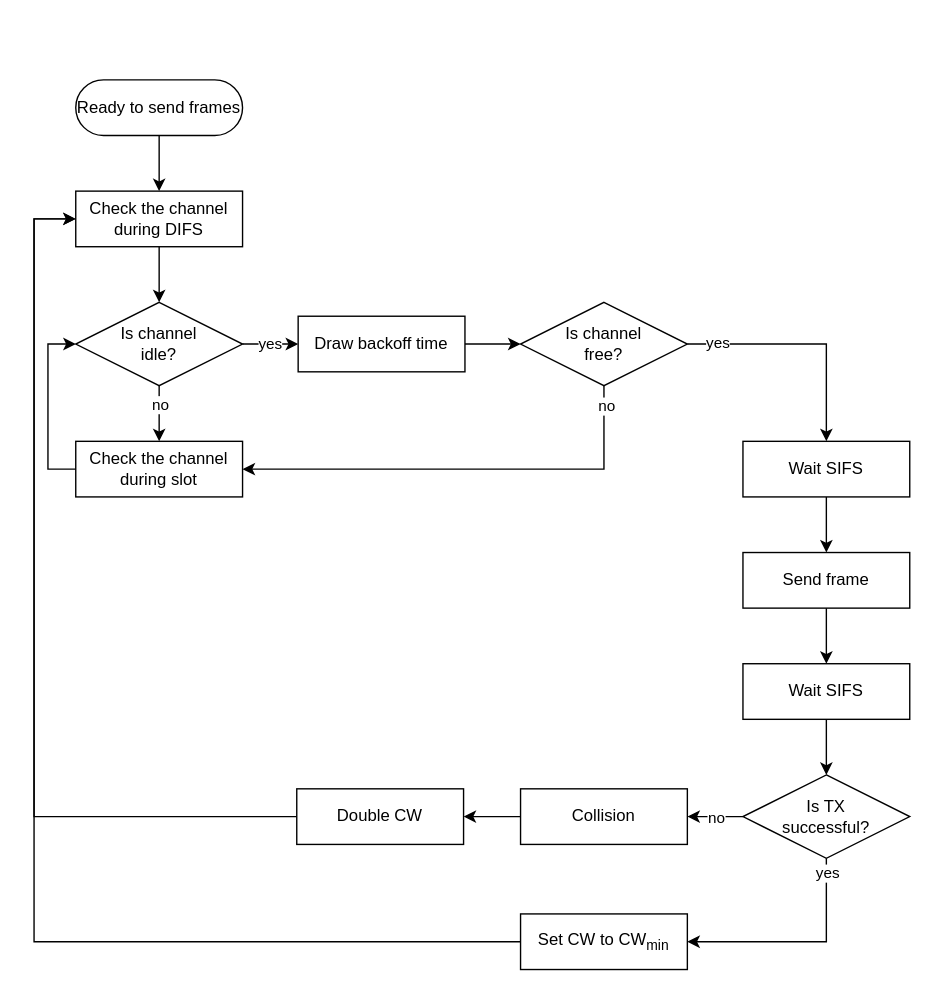
The draw.io diagram docs/diagrams/DCF_simple.drawio in ml4wifi-devs/mapc-dcf, before the edit. Source tidied: cells renumbered, new cells numbered last; positions are measured from the earlier drawing's top-left corner, leaving out a move shared by most shapes. Both pictures are drawn from the tidied source at 139%, with x=0, y=0 at pixel (33, 79).
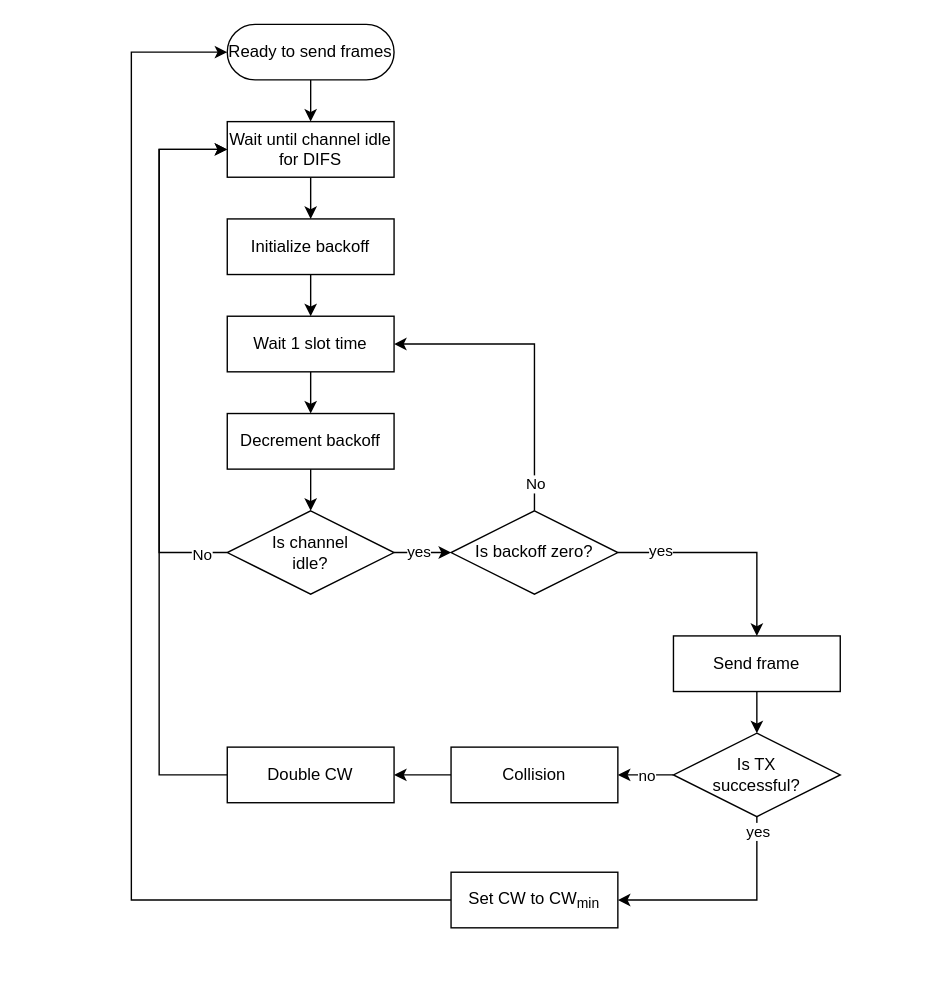
The same diagram, later.

Commit message (it also covers changes not shown here):
Corrected DCF schema

What changed in the source:
```diff
@@
     <mxCell id="3" value="Ready to send frames" style="rounded=1;whiteSpace=wrap;html=1;arcSize=50;" parent="1" vertex="1">
-      <mxGeometry x="30" width="120" height="40" as="geometry" />
+      <mxGeometry x="139" y="-40" width="120" height="40" as="geometry" />
     </mxCell>
-    <mxCell id="4" style="edgeStyle=orthogonalEdgeStyle;rounded=0;jettySize=auto;html=1;exitX=0.5;exitY=1;exitDx=0;exitDy=0;entryX=0.5;entryY=0;entryDx=0;entryDy=0;fillColor=#d5e8d4;strokeColor=#000000;" parent="1" edge="1" source="5" target="9">
-      <mxGeometry relative="1" as="geometry" />
-    </mxCell>
+    <mxCell id="36" style="edgeStyle=orthogonalEdgeStyle;rounded=0;jettySize=auto;html=1;exitX=0.5;exitY=1;exitDx=0;exitDy=0;" parent="1" edge="1" source="5" target="47">
+      <mxGeometry relative="1" as="geometry" />
+    </mxCell>
-    <mxCell id="5" value="Check the channel during DIFS" style="rounded=0;whiteSpace=wrap;html=1;" parent="1" vertex="1">
-      <mxGeometry x="30" y="80" width="120" height="40" as="geometry" />
+    <mxCell id="5" value="Wait until channel idle for DIFS" style="rounded=0;whiteSpace=wrap;html=1;" parent="1" vertex="1">
+      <mxGeometry x="139" y="30" width="120" height="40" as="geometry" />
     </mxCell>
-    <mxCell id="6" style="edgeStyle=orthogonalEdgeStyle;rounded=0;jettySize=auto;html=1;exitX=0.5;exitY=1;exitDx=0;exitDy=0;entryX=0.5;entryY=0;entryDx=0;entryDy=0;fillColor=#d5e8d4;strokeColor=#000000;" parent="1" edge="1" source="9" target="11">
-      <mxGeometry relative="1" as="geometry" />
-    </mxCell>
-    <mxCell id="7" value="no" style="edgeLabel;html=1;align=center;verticalAlign=middle;" parent="6" vertex="1">
-      <mxGeometry x="-0.55" relative="1" as="geometry">
-        <mxPoint y="4" as="offset" />
-      </mxGeometry>
-    </mxCell>
-    <mxCell id="8" value="yes" style="edgeStyle=orthogonalEdgeStyle;rounded=0;jettySize=auto;html=1;exitX=1;exitY=0.5;exitDx=0;exitDy=0;entryX=0;entryY=0.5;entryDx=0;entryDy=0;fillColor=#d5e8d4;strokeColor=#000000;" parent="1" edge="1" source="9" target="13">
-      <mxGeometry relative="1" as="geometry" />
+    <mxCell id="8" value="yes" style="edgeStyle=orthogonalEdgeStyle;rounded=0;jettySize=auto;html=1;exitX=1;exitY=0.5;exitDx=0;exitDy=0;entryX=0;entryY=0.5;entryDx=0;entryDy=0;fillColor=#d5e8d4;strokeColor=#000000;spacingTop=0;spacingLeft=-26;" parent="1" edge="1" source="9" target="16">
+      <mxGeometry x="0.51" relative="1" as="geometry" />
     </mxCell>
+    <mxCell id="37" style="edgeStyle=orthogonalEdgeStyle;rounded=0;jettySize=auto;html=1;exitX=0;exitY=0.5;exitDx=0;exitDy=0;entryX=0;entryY=0.5;entryDx=0;entryDy=0;" parent="1" edge="1" source="9" target="5">
+      <mxGeometry relative="1" as="geometry">
+        <Array as="points">
+          <mxPoint x="90" y="340" />
+          <mxPoint x="90" y="50" />
+        </Array>
+      </mxGeometry>
+    </mxCell>
+    <mxCell id="38" value="No" style="edgeLabel;html=1;align=center;verticalAlign=middle;" parent="37" vertex="1">
+      <mxGeometry x="-0.9" y="1" relative="1" as="geometry" />
+    </mxCell>
     <mxCell id="9" value="Is channel&lt;div&gt;idle?&lt;/div&gt;" style="rhombus;whiteSpace=wrap;html=1;" parent="1" vertex="1">
-      <mxGeometry x="30" y="160" width="120" height="60" as="geometry" />
+      <mxGeometry x="139" y="310" width="120" height="60" as="geometry" />
     </mxCell>
-    <mxCell id="10" style="edgeStyle=orthogonalEdgeStyle;rounded=0;jettySize=auto;html=1;exitX=0;exitY=0.5;exitDx=0;exitDy=0;entryX=0;entryY=0.5;entryDx=0;entryDy=0;fillColor=#d5e8d4;strokeColor=#000000;" parent="1" edge="1" source="11" target="9">
-      <mxGeometry relative="1" as="geometry" />
-    </mxCell>
-    <mxCell id="11" value="Check the channel during slot" style="rounded=0;whiteSpace=wrap;html=1;" parent="1" vertex="1">
-      <mxGeometry x="30" y="260" width="120" height="40" as="geometry" />
-    </mxCell>
-    <mxCell id="12" style="edgeStyle=orthogonalEdgeStyle;rounded=0;jettySize=auto;html=1;exitX=1;exitY=0.5;exitDx=0;exitDy=0;entryX=0;entryY=0.5;entryDx=0;entryDy=0;fillColor=#d5e8d4;strokeColor=#000000;" parent="1" edge="1" source="13" target="16">
-      <mxGeometry relative="1" as="geometry" />
-    </mxCell>
-    <mxCell id="13" value="Draw backoff time" style="rounded=0;whiteSpace=wrap;html=1;" parent="1" vertex="1">
-      <mxGeometry x="190" y="170" width="120" height="40" as="geometry" />
-    </mxCell>
-    <mxCell id="14" style="edgeStyle=orthogonalEdgeStyle;rounded=0;jettySize=auto;html=1;exitX=0.5;exitY=1;exitDx=0;exitDy=0;entryX=1;entryY=0.5;entryDx=0;entryDy=0;fillColor=#d5e8d4;strokeColor=#000000;" parent="1" edge="1" source="16" target="11">
-      <mxGeometry relative="1" as="geometry" />
-    </mxCell>
-    <mxCell id="15" value="no" style="edgeLabel;html=1;align=center;verticalAlign=middle;" parent="14" vertex="1">
-      <mxGeometry x="-0.91" y="1" relative="1" as="geometry" />
-    </mxCell>
+    <mxCell id="39" style="edgeStyle=orthogonalEdgeStyle;rounded=0;jettySize=auto;html=1;exitX=0.5;exitY=0;exitDx=0;exitDy=0;entryX=1;entryY=0.5;entryDx=0;entryDy=0;" parent="1" edge="1" source="16" target="45">
+      <mxGeometry relative="1" as="geometry" />
+    </mxCell>
+    <mxCell id="40" value="No" style="edgeLabel;html=1;align=center;verticalAlign=middle;" parent="39" vertex="1">
+      <mxGeometry x="-0.75" y="-1" relative="1" as="geometry">
+        <mxPoint x="-1" y="8" as="offset" />
+      </mxGeometry>
+    </mxCell>
-    <mxCell id="16" value="Is channel&lt;div&gt;free?&lt;/div&gt;" style="rhombus;whiteSpace=wrap;html=1;" parent="1" vertex="1">
-      <mxGeometry x="350" y="160" width="120" height="60" as="geometry" />
+    <mxCell id="16" value="Is backoff zero?" style="rhombus;whiteSpace=wrap;html=1;" parent="1" vertex="1">
+      <mxGeometry x="300" y="310" width="120" height="60" as="geometry" />
     </mxCell>
-    <mxCell id="17" style="edgeStyle=orthogonalEdgeStyle;rounded=0;jettySize=auto;html=1;exitX=1;exitY=0.5;exitDx=0;exitDy=0;entryX=0.5;entryY=0;entryDx=0;entryDy=0;fillColor=#d5e8d4;strokeColor=#000000;" parent="1" edge="1" source="16" target="20">
-      <mxGeometry relative="1" as="geometry" />
+    <mxCell id="17" style="edgeStyle=orthogonalEdgeStyle;rounded=0;jettySize=auto;html=1;exitX=1;exitY=0.5;exitDx=0;exitDy=0;entryX=0.5;entryY=0;entryDx=0;entryDy=0;fillColor=#d5e8d4;strokeColor=#000000;" parent="1" edge="1" source="16" target="22">
+      <mxGeometry relative="1" as="geometry">
+        <Array as="points">
+          <mxPoint x="520" y="340" />
+        </Array>
+      </mxGeometry>
     </mxCell>
     <mxCell id="18" value="yes" style="edgeLabel;html=1;align=center;verticalAlign=middle;" parent="17" vertex="1">
-      <mxGeometry x="-0.75" y="2" relative="1" as="geometry" />
+      <mxGeometry x="-0.75" y="2" relative="1" as="geometry">
+        <mxPoint x="10" as="offset" />
+      </mxGeometry>
     </mxCell>
-    <mxCell id="19" style="edgeStyle=orthogonalEdgeStyle;rounded=0;jettySize=auto;html=1;exitX=0.5;exitY=1;exitDx=0;exitDy=0;entryX=0.5;entryY=0;entryDx=0;entryDy=0;" parent="1" edge="1" source="20" target="22">
-      <mxGeometry relative="1" as="geometry" />
-    </mxCell>
-    <mxCell id="20" value="Wait SIFS" style="rounded=0;whiteSpace=wrap;html=1;" parent="1" vertex="1">
-      <mxGeometry x="510" y="260" width="120" height="40" as="geometry" />
-    </mxCell>
-    <mxCell id="21" style="edgeStyle=orthogonalEdgeStyle;rounded=0;jettySize=auto;html=1;exitX=0.5;exitY=1;exitDx=0;exitDy=0;entryX=0.5;entryY=0;entryDx=0;entryDy=0;" parent="1" edge="1" source="22" target="24">
-      <mxGeometry relative="1" as="geometry" />
-    </mxCell>
     <mxCell id="22" value="Send frame" style="rounded=0;whiteSpace=wrap;html=1;" parent="1" vertex="1">
-      <mxGeometry x="510" y="340" width="120" height="40" as="geometry" />
+      <mxGeometry x="460" y="400" width="120" height="40" as="geometry" />
     </mxCell>
-    <mxCell id="23" style="edgeStyle=orthogonalEdgeStyle;rounded=0;jettySize=auto;html=1;exitX=0.5;exitY=1;exitDx=0;exitDy=0;entryX=0.5;entryY=0;entryDx=0;entryDy=0;fillColor=#d5e8d4;strokeColor=#000000;" parent="1" edge="1" source="24" target="29">
+    <mxCell id="23" style="edgeStyle=orthogonalEdgeStyle;rounded=0;jettySize=auto;html=1;exitX=0.5;exitY=1;exitDx=0;exitDy=0;entryX=0.5;entryY=0;entryDx=0;entryDy=0;fillColor=#d5e8d4;strokeColor=#000000;" parent="1" edge="1" source="22" target="29">
       <mxGeometry relative="1" as="geometry" />
     </mxCell>
-    <mxCell id="24" value="Wait SIFS" style="rounded=0;whiteSpace=wrap;html=1;" parent="1" vertex="1">
-      <mxGeometry x="510" y="420" width="120" height="40" as="geometry" />
-    </mxCell>
@@
     <mxCell id="29" value="Is TX&lt;div&gt;successful?&lt;/div&gt;" style="rhombus;whiteSpace=wrap;html=1;" parent="1" vertex="1">
-      <mxGeometry x="510" y="500" width="120" height="60" as="geometry" />
+      <mxGeometry x="460" y="470" width="120" height="60" as="geometry" />
     </mxCell>
@@
     <mxCell id="31" value="Collision" style="rounded=0;whiteSpace=wrap;html=1;" parent="1" vertex="1">
-      <mxGeometry x="350" y="510" width="120" height="40" as="geometry" />
+      <mxGeometry x="300" y="480" width="120" height="40" as="geometry" />
     </mxCell>
     <mxCell id="32" style="edgeStyle=orthogonalEdgeStyle;rounded=0;jettySize=auto;html=1;exitX=0;exitY=0.5;exitDx=0;exitDy=0;entryX=0;entryY=0.5;entryDx=0;entryDy=0;fillColor=#d5e8d4;strokeColor=#000000;" parent="1" edge="1" source="33" target="5">
       <mxGeometry relative="1" as="geometry">
         <Array as="points">
-          <mxPoint y="530" />
-          <mxPoint y="100" />
+          <mxPoint x="90" y="500" />
+          <mxPoint x="90" y="50" />
         </Array>
       </mxGeometry>
     </mxCell>
     <mxCell id="33" value="Double CW" style="rounded=0;whiteSpace=wrap;html=1;" parent="1" vertex="1">
-      <mxGeometry x="189" y="510" width="120" height="40" as="geometry" />
+      <mxGeometry x="139" y="480" width="120" height="40" as="geometry" />
     </mxCell>
-    <mxCell id="34" style="edgeStyle=orthogonalEdgeStyle;rounded=0;jettySize=auto;html=1;exitX=0;exitY=0.5;exitDx=0;exitDy=0;entryX=0;entryY=0.5;entryDx=0;entryDy=0;fillColor=#d5e8d4;strokeColor=#000000;" parent="1" edge="1" source="35" target="5">
-      <mxGeometry relative="1" as="geometry">
-        <Array as="points">
-          <mxPoint y="620" />
-          <mxPoint y="100" />
-        </Array>
-      </mxGeometry>
-    </mxCell>
+    <mxCell id="41" style="edgeStyle=orthogonalEdgeStyle;rounded=0;jettySize=auto;html=1;exitX=0;exitY=0.5;exitDx=0;exitDy=0;entryX=0;entryY=0.5;entryDx=0;entryDy=0;" parent="1" edge="1" source="35" target="3">
+      <mxGeometry relative="1" as="geometry">
+        <Array as="points">
+          <mxPoint x="70" y="590" />
+          <mxPoint x="70" y="-20" />
+        </Array>
+      </mxGeometry>
+    </mxCell>
     <mxCell id="35" value="Set CW to CW&lt;sub&gt;min&lt;/sub&gt;" style="rounded=0;whiteSpace=wrap;html=1;" parent="1" vertex="1">
-      <mxGeometry x="350" y="600" width="120" height="40" as="geometry" />
+      <mxGeometry x="300" y="570" width="120" height="40" as="geometry" />
     </mxCell>
+    <mxCell id="42" style="edgeStyle=orthogonalEdgeStyle;rounded=0;jettySize=auto;html=1;exitX=0.5;exitY=1;exitDx=0;exitDy=0;entryX=0.5;entryY=0;entryDx=0;entryDy=0;" parent="1" edge="1" source="43" target="9">
+      <mxGeometry relative="1" as="geometry" />
+    </mxCell>
+    <mxCell id="43" value="Decrement backoff" style="rounded=0;whiteSpace=wrap;html=1;" parent="1" vertex="1">
+      <mxGeometry x="139" y="240" width="120" height="40" as="geometry" />
+    </mxCell>
+    <mxCell id="44" style="edgeStyle=orthogonalEdgeStyle;rounded=0;jettySize=auto;html=1;exitX=0.5;exitY=1;exitDx=0;exitDy=0;" parent="1" edge="1" source="45" target="43">
+      <mxGeometry relative="1" as="geometry" />
+    </mxCell>
+    <mxCell id="45" value="Wait 1 slot time" style="rounded=0;whiteSpace=wrap;html=1;" parent="1" vertex="1">
+      <mxGeometry x="139" y="170" width="120" height="40" as="geometry" />
+    </mxCell>
+    <mxCell id="46" style="edgeStyle=orthogonalEdgeStyle;rounded=0;jettySize=auto;html=1;exitX=0.5;exitY=1;exitDx=0;exitDy=0;" parent="1" edge="1" source="47" target="45">
+      <mxGeometry relative="1" as="geometry" />
+    </mxCell>
+    <mxCell id="47" value="Initialize backoff" style="rounded=0;whiteSpace=wrap;html=1;" parent="1" vertex="1">
+      <mxGeometry x="139" y="100" width="120" height="40" as="geometry" />
+    </mxCell>
```
